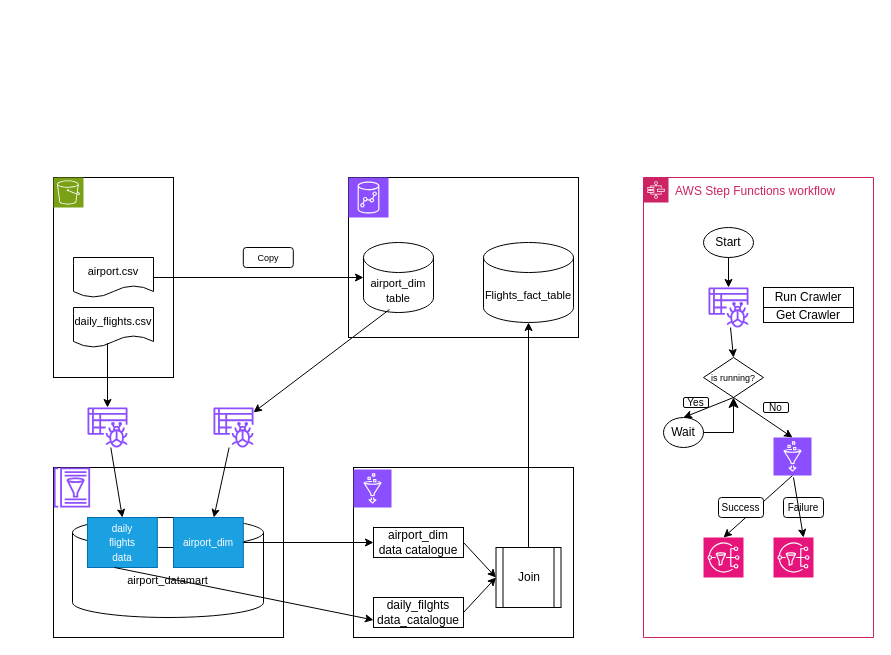
Before: images/Data Ingestion Project.drawio in akhiri28/learn_aws_cloud_engineering, a draw.io diagram. Source tidied: cells renumbered, new cells numbered last; positions are measured from the earlier drawing's top-left corner, leaving out a move shared by most shapes. Both pictures are drawn from the tidied source at 100%, with x=0, y=0 at pixel (53, 177).
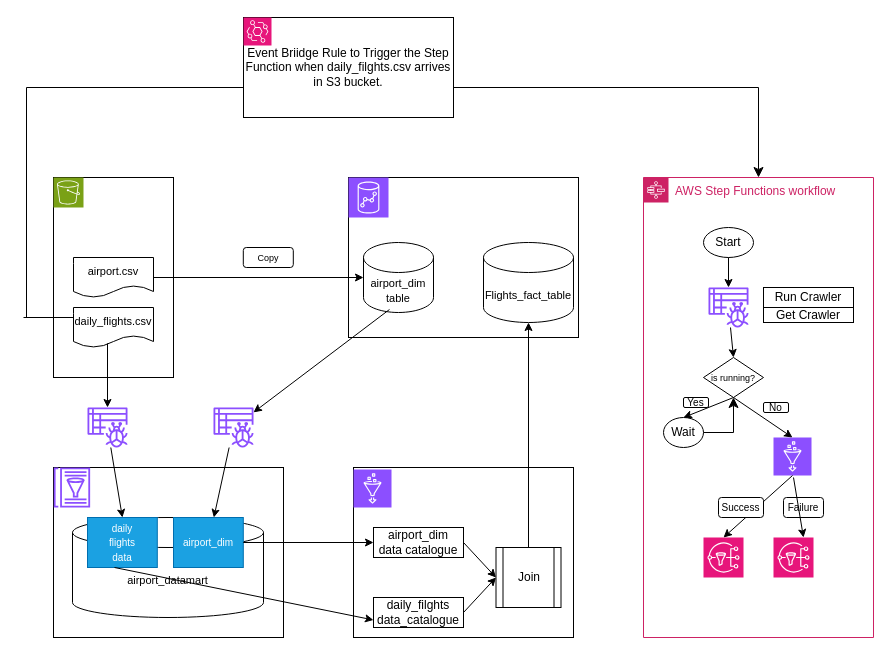
Above is the later version.

Commit message (it also covers changes not shown here):
Updated the data ingestion diagram

Unchanged cells that the change refers to:
```xml
<mxCell id="4" value="&lt;font style=&quot;font-size: 11px;&quot;&gt;daily_flights.csv&lt;/font&gt;" style="shape=document;whiteSpace=wrap;html=1;boundedLbl=1;" parent="1" vertex="1">
  <mxGeometry x="20" y="130" width="80" height="40" as="geometry" />
</mxCell>
<mxCell id="34" value="AWS Step Functions workflow" style="points=[[0,0],[0.25,0],[0.5,0],[0.75,0],[1,0],[1,0.25],[1,0.5],[1,0.75],[1,1],[0.75,1],[0.5,1],[0.25,1],[0,1],[0,0.75],[0,0.5],[0,0.25]];outlineConnect=0;gradientColor=none;html=1;whiteSpace=wrap;fontSize=12;fontStyle=0;shape=mxgraph.aws4.group;grIcon=mxgraph.aws4.group_aws_step_functions_workflow;strokeColor=#CD2264;fillColor=none;verticalAlign=top;align=left;spacingLeft=30;fontColor=#CD2264;dashed=0;" parent="1" vertex="1">
  <mxGeometry x="590" width="230" height="460" as="geometry" />
</mxCell>
```

The edit, as a diff of the source:
```diff
@@
+    <mxCell id="55" style="edgeStyle=elbowEdgeStyle;elbow=vertical;endArrow=classic;html=1;curved=0;rounded=0;endSize=8;startSize=8;entryX=0.5;entryY=0;entryDx=0;entryDy=0;" parent="1" edge="1" target="34">
+      <mxGeometry relative="1" as="geometry">
+        <mxPoint x="-27" y="140" as="sourcePoint" />
+        <Array as="points">
+          <mxPoint x="312.2" y="-90" />
+        </Array>
+      </mxGeometry>
+    </mxCell>
+    <mxCell id="56" style="endArrow=none;html=1;rounded=0;entryX=0;entryY=0.25;entryDx=0;entryDy=0;" parent="1" edge="1" target="4">
+      <mxGeometry relative="1" as="geometry">
+        <mxPoint x="-30" y="140" as="sourcePoint" />
+      </mxGeometry>
+    </mxCell>
+    <mxCell id="57" value="Event Briidge Rule to Trigger the Step Function when daily_filghts.csv arrives in S3 bucket." style="rounded=0;whiteSpace=wrap;html=1;" parent="1" vertex="1">
+      <mxGeometry x="190" y="-160" width="210" height="100" as="geometry" />
+    </mxCell>
+    <mxCell id="58" style="sketch=0;fontColor=#232F3E;fillColor=#E7157B;strokeColor=#ffffff;dashed=0;verticalLabelPosition=bottom;verticalAlign=top;align=center;html=1;fontSize=12;fontStyle=0;shape=mxgraph.aws4.resourceIcon;resIcon=mxgraph.aws4.eventbridge;" parent="1" vertex="1">
+      <mxGeometry x="190" y="-160" width="28" height="28" as="geometry" />
+    </mxCell>
```
